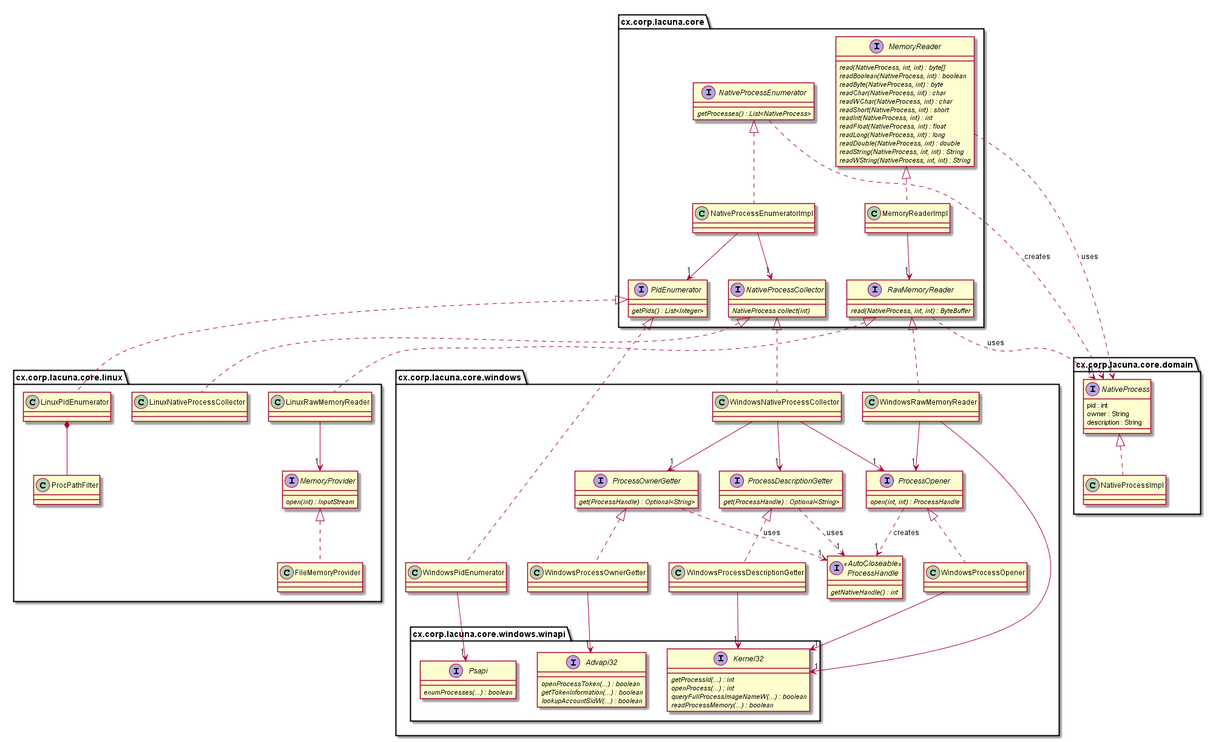
Earlier version of the PlantUML export dokumentaatio/luokkakaavio.png (cxcorp/lacuna).
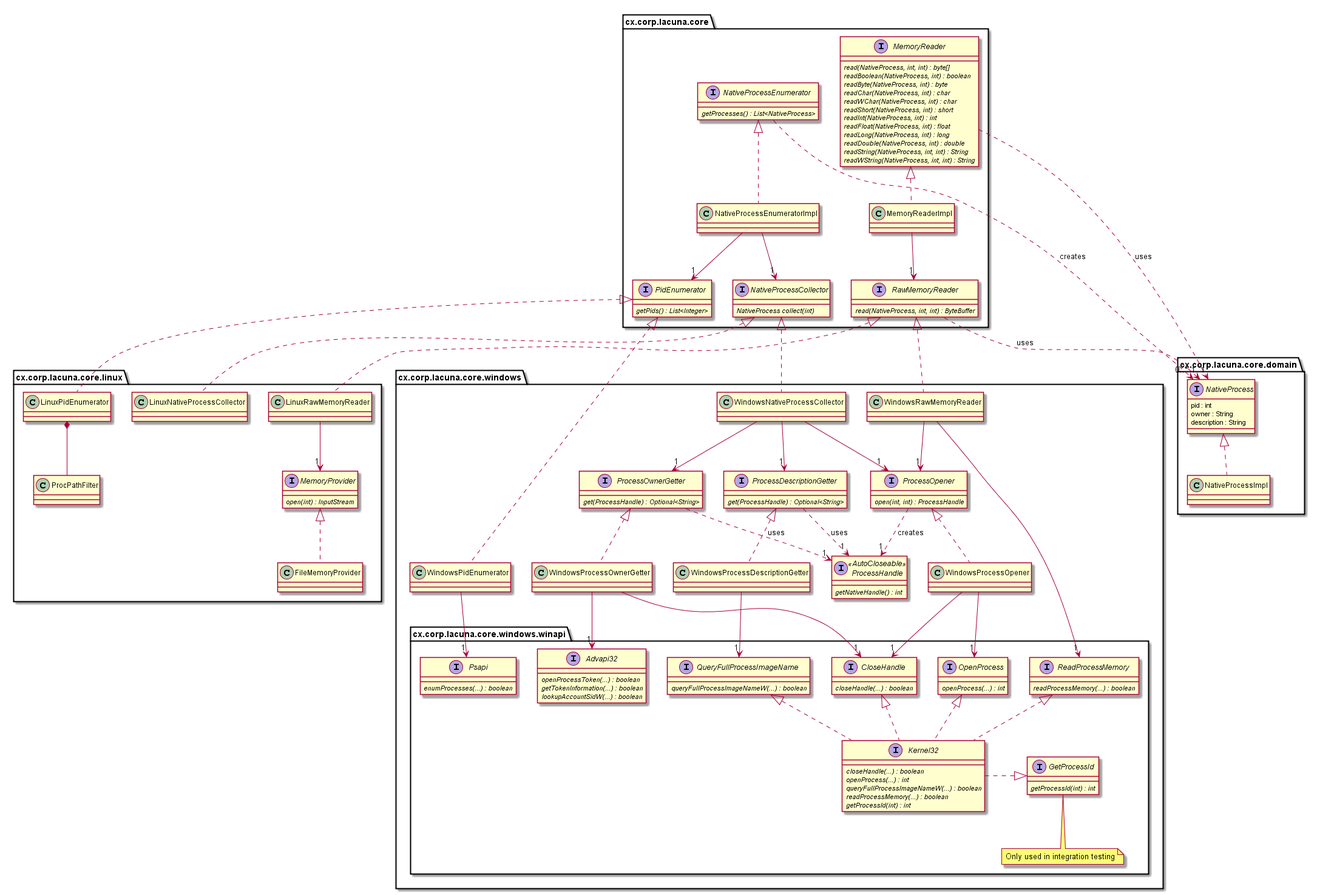
After the commit.

Commit message:
Update class graphs

Diff of the diagram source:
```diff
@@ -51,18 +51,11 @@
     RawMemoryReader ..> "1" NativeProcess : uses
     MemoryReader ..>  "1" NativeProcess : uses
     NativeProcessEnumerator ..> "0..*" NativeProcess : creates
-
 }
 
 package cx.corp.lacuna.core.windows {
 
     package cx.corp.lacuna.core.windows.winapi {
-        interface Kernel32 {
-            {abstract} getProcessId(...) : int
-            {abstract} openProcess(...) : int
-            {abstract} queryFullProcessImageNameW(...) : boolean
-            {abstract} readProcessMemory(...) : boolean
-        }
         interface Advapi32 {
             {abstract} openProcessToken(...) : boolean
             {abstract} getTokenInformation(...) : boolean
@@ -71,6 +64,36 @@
         interface Psapi {
             {abstract} enumProcesses(...) : boolean
         }
+
+        interface Kernel32 {
+            {abstract} closeHandle(...) : boolean
+            {abstract} openProcess(...) : int
+            {abstract} queryFullProcessImageNameW(...) : boolean
+            {abstract} readProcessMemory(...) : boolean
+            {abstract} getProcessId(int) : int
+        }
+        interface CloseHandle {
+            {abstract} closeHandle(...) : boolean
+        }
+        interface OpenProcess {
+            {abstract} openProcess(...) : int
+        }
+        interface QueryFullProcessImageName {
+            {abstract} queryFullProcessImageNameW(...) : boolean
+        }
+        interface ReadProcessMemory {
+            {abstract} readProcessMemory(...) : boolean
+        }
+        interface GetProcessId {
+            {abstract} getProcessId(int) : int
+        }
+        note bottom: Only used in integration testing
+
+        CloseHandle <|.. Kernel32
+        OpenProcess <|.. Kernel32
+        QueryFullProcessImageName <|.. Kernel32
+        ReadProcessMemory <|.. Kernel32
+        GetProcessId <|.left. Kernel32
     }
 
     interface ProcessDescriptionGetter {
@@ -111,12 +134,15 @@
     ProcessOwnerGetter <|.. WindowsProcessOwnerGetter
     ProcessDescriptionGetter <|.. WindowsProcessDescriptionGetter
 
-    WindowsProcessOpener --> "1" Kernel32
-    WindowsProcessDescriptionGetter --> "1" Kernel32
+    WindowsProcessOpener --> "1" OpenProcess
+    WindowsProcessOpener --> "1" CloseHandle
+
+    WindowsProcessDescriptionGetter --> "1" QueryFullProcessImageName
     WindowsProcessOwnerGetter --> "1" Advapi32
+    WindowsProcessOwnerGetter --> "1" CloseHandle
 
     RawMemoryReader <|.. WindowsRawMemoryReader
-    WindowsRawMemoryReader --> "1" Kernel32
+    WindowsRawMemoryReader --> "1" ReadProcessMemory
 	WindowsRawMemoryReader --> "1" ProcessOpener
 }
 
```
